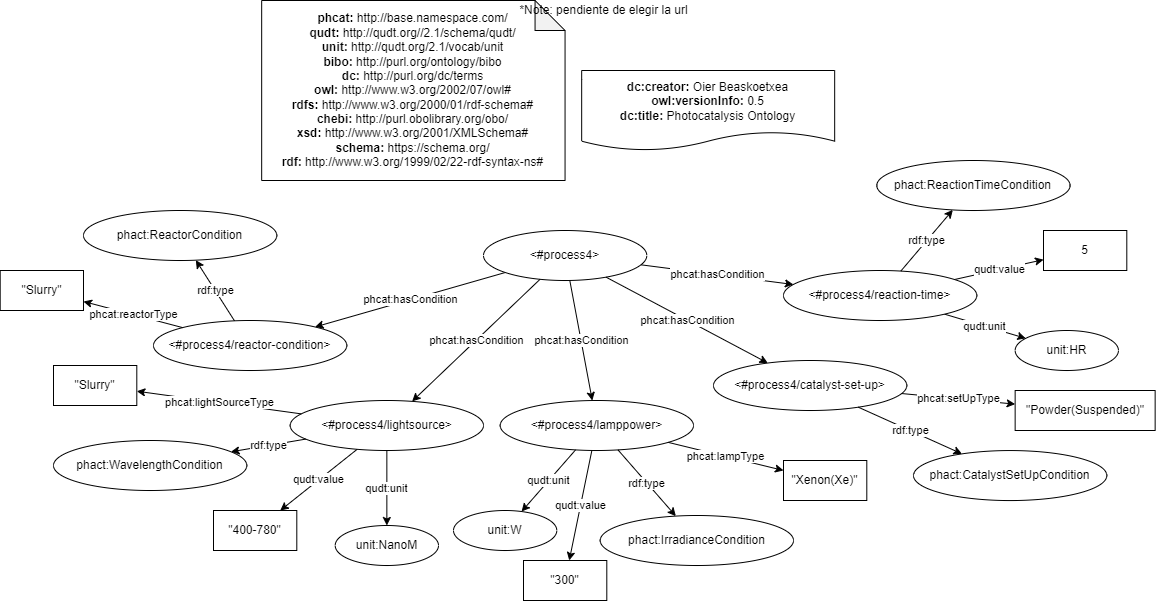
Before: diagrams/examples/diagram-ejemplo-conditions.png, a diagram exported from draw.io (SolarChem/solarchem-ontology). Source tidied: cells renumbered, new cells last; positions are measured from the earlier drawing's top-left corner, leaving out a move shared by most shapes.
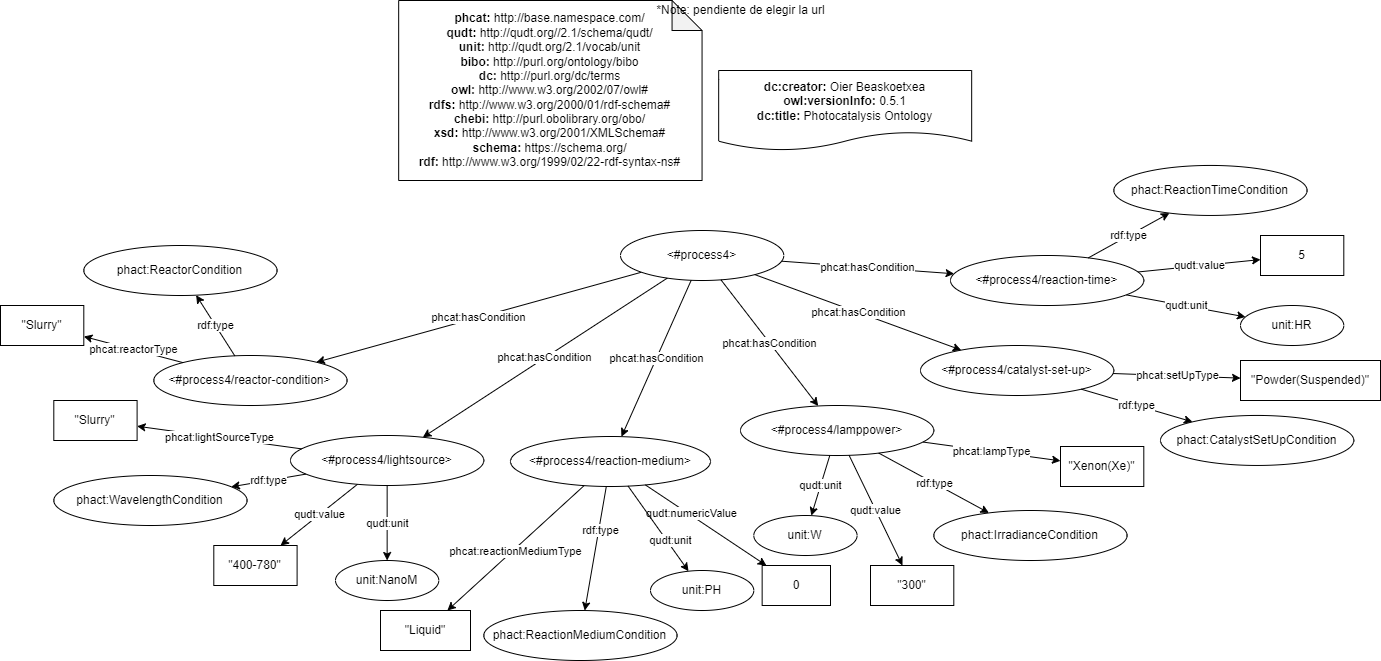
Later version of the same file.

Change to the diagram source:
```diff
@@ -2,7 +2,7 @@
   <root>
     <mxCell id="0" />
     <mxCell id="1" parent="0" />
-    <mxCell id="2" value="&lt;div&gt;&lt;b&gt;dc:creator:&lt;/b&gt;&amp;nbsp;Oier Beaskoetxea&lt;/div&gt;&lt;div&gt;&lt;b&gt;owl:versionInfo:&lt;/b&gt; 0.5&lt;/div&gt;&lt;div&gt;&lt;b&gt;dc:title:&lt;/b&gt;&amp;nbsp;Photocatalysis Ontology&lt;/div&gt;" style="shape=document;whiteSpace=wrap;html=1;boundedLbl=1;labelBackgroundColor=#ffffff;strokeColor=#000000;fontSize=12;fontColor=#000000;size=0.23333333333333334;" parent="1" vertex="1">
+    <mxCell id="2" value="&lt;div&gt;&lt;b&gt;dc:creator:&lt;/b&gt;&amp;nbsp;Oier Beaskoetxea&lt;/div&gt;&lt;div&gt;&lt;b&gt;owl:versionInfo:&lt;/b&gt; 0.5.1&lt;/div&gt;&lt;div&gt;&lt;b&gt;dc:title:&lt;/b&gt;&amp;nbsp;Photocatalysis Ontology&lt;/div&gt;" style="shape=document;whiteSpace=wrap;html=1;boundedLbl=1;labelBackgroundColor=#ffffff;strokeColor=#000000;fontSize=12;fontColor=#000000;size=0.23333333333333334;" parent="1" vertex="1">
       <mxGeometry x="581.2" y="70" width="253" height="80" as="geometry" />
     </mxCell>
     <mxCell id="3" value="&lt;div&gt;&lt;b&gt;phcat:&lt;/b&gt;&amp;nbsp;http://base.namespace.com/&lt;/div&gt;&lt;b&gt;qudt:&lt;/b&gt;&amp;nbsp;http://qudt.org//2.1/schema/qudt/&lt;div&gt;&lt;b&gt;unit:&amp;nbsp;&lt;/b&gt;http://qudt.org/2.1/vocab/unit&lt;br&gt;&lt;/div&gt;&lt;div&gt;&lt;b&gt;bibo:&amp;nbsp;&lt;/b&gt;http://purl.org/ontology/bibo&lt;/div&gt;&lt;b&gt;dc:&amp;nbsp;&lt;/b&gt;http://purl.org/dc/terms&lt;br&gt;&lt;b&gt;owl:&amp;nbsp;&lt;/b&gt;http://www.w3.org/2002/07/owl#&lt;br&gt;&lt;b&gt;rdfs:&amp;nbsp;&lt;/b&gt;http://www.w3.org/2000/01/rdf-schema#&lt;br&gt;&lt;div&gt;&lt;b&gt;chebi:&amp;nbsp;&lt;/b&gt;http://purl.obolibrary.org/obo/&lt;/div&gt;&lt;div&gt;&lt;b&gt;xsd:&amp;nbsp;&lt;/b&gt;http://www.w3.org/2001/XMLSchema#&lt;br&gt;&lt;/div&gt;&lt;div&gt;&lt;b&gt;schema:&lt;/b&gt;&amp;nbsp;https://schema.org/&lt;br&gt;&lt;/div&gt;&lt;div&gt;&lt;b&gt;rdf:&amp;nbsp;&lt;/b&gt;http://www.w3.org/1999/02/22-rdf-syntax-ns#&lt;/div&gt;" style="shape=note;whiteSpace=wrap;html=1;backgroundOutline=1;darkOpacity=0.05;align=center;" parent="1" vertex="1">
@@ -18,16 +18,16 @@
       <mxGeometry x="483" y="230" width="163.3" height="50" as="geometry" />
     </mxCell>
     <mxCell id="7" value="&amp;lt;#process4/reactor-condition&amp;gt;" style="ellipse;whiteSpace=wrap;html=1;fillColor=default;" parent="1" vertex="1">
-      <mxGeometry x="153" y="320" width="193.3" height="50" as="geometry" />
+      <mxGeometry x="16.3" y="355" width="193.3" height="50" as="geometry" />
     </mxCell>
     <mxCell id="8" value="phact:ReactorCondition" style="ellipse;whiteSpace=wrap;html=1;fillColor=default;" parent="1" vertex="1">
-      <mxGeometry x="83" y="210" width="193.3" height="50" as="geometry" />
+      <mxGeometry x="-53.7" y="245" width="193.3" height="50" as="geometry" />
     </mxCell>
     <mxCell id="9" value="rdf:type" style="edgeStyle=none;html=1;" parent="1" edge="1" source="7" target="8">
       <mxGeometry relative="1" as="geometry" />
     </mxCell>
     <mxCell id="10" value="&quot;Slurry&quot;" style="rounded=0;whiteSpace=wrap;html=1;fillColor=default;" parent="1" vertex="1">
-      <mxGeometry x="-0.3" y="270" width="83.3" height="40" as="geometry" />
+      <mxGeometry x="-137" y="305" width="83.3" height="40" as="geometry" />
     </mxCell>
     <mxCell id="11" value="phcat:reactorType" style="edgeStyle=none;html=1;" parent="1" edge="1" source="7" target="10">
       <mxGeometry relative="1" as="geometry" />
@@ -36,25 +36,25 @@
       <mxGeometry relative="1" as="geometry" />
     </mxCell>
     <mxCell id="13" value="&amp;lt;#process4/lightsource&amp;gt;" style="ellipse;whiteSpace=wrap;html=1;fillColor=default;" parent="1" vertex="1">
-      <mxGeometry x="289.7" y="400" width="193.3" height="50" as="geometry" />
+      <mxGeometry x="153" y="435" width="193.3" height="50" as="geometry" />
     </mxCell>
     <mxCell id="14" value="phact:WavelengthCondition" style="ellipse;whiteSpace=wrap;html=1;fillColor=default;" parent="1" vertex="1">
-      <mxGeometry x="53" y="440" width="193.3" height="50" as="geometry" />
+      <mxGeometry x="-83.7" y="475" width="193.3" height="50" as="geometry" />
     </mxCell>
     <mxCell id="15" value="rdf:type" style="edgeStyle=none;html=1;" parent="1" edge="1" source="13" target="14">
       <mxGeometry relative="1" as="geometry" />
     </mxCell>
     <mxCell id="16" value="&quot;Slurry&quot;" style="rounded=0;whiteSpace=wrap;html=1;fillColor=default;" parent="1" vertex="1">
-      <mxGeometry x="53" y="365" width="83.3" height="40" as="geometry" />
+      <mxGeometry x="-83.7" y="400" width="83.3" height="40" as="geometry" />
     </mxCell>
     <mxCell id="17" value="phcat:lightSourceType" style="edgeStyle=none;html=1;" parent="1" edge="1" source="13" target="16">
       <mxGeometry relative="1" as="geometry" />
     </mxCell>
     <mxCell id="18" value="unit:NanoM" style="ellipse;whiteSpace=wrap;html=1;fillColor=default;" parent="1" vertex="1">
-      <mxGeometry x="334.7" y="525" width="103.3" height="40" as="geometry" />
+      <mxGeometry x="198" y="560" width="103.3" height="40" as="geometry" />
     </mxCell>
     <mxCell id="19" value="&quot;400-780&quot;" style="rounded=0;whiteSpace=wrap;html=1;fillColor=default;" parent="1" vertex="1">
-      <mxGeometry x="213" y="510" width="83.3" height="40" as="geometry" />
+      <mxGeometry x="76.3" y="545" width="83.3" height="40" as="geometry" />
     </mxCell>
     <mxCell id="20" value="qudt:value" style="edgeStyle=none;html=1;" parent="1" edge="1" source="13" target="19">
       <mxGeometry relative="1" as="geometry" />
@@ -63,25 +63,25 @@
       <mxGeometry relative="1" as="geometry" />
     </mxCell>
     <mxCell id="22" value="&amp;lt;#process4/lamppower&amp;gt;" style="ellipse;whiteSpace=wrap;html=1;fillColor=default;" parent="1" vertex="1">
-      <mxGeometry x="499.7" y="400" width="193.3" height="50" as="geometry" />
+      <mxGeometry x="603" y="405" width="193.3" height="50" as="geometry" />
     </mxCell>
     <mxCell id="23" value="phact:IrradianceCondition" style="ellipse;whiteSpace=wrap;html=1;fillColor=default;" parent="1" vertex="1">
-      <mxGeometry x="599.7" y="515" width="193.3" height="50" as="geometry" />
+      <mxGeometry x="796.3" y="510" width="193.3" height="50" as="geometry" />
     </mxCell>
     <mxCell id="24" value="rdf:type" style="edgeStyle=none;html=1;" parent="1" edge="1" source="22" target="23">
       <mxGeometry relative="1" as="geometry" />
     </mxCell>
     <mxCell id="25" value="&quot;Xenon(Xe)&quot;" style="rounded=0;whiteSpace=wrap;html=1;fillColor=default;" parent="1" vertex="1">
-      <mxGeometry x="783" y="460" width="83.3" height="40" as="geometry" />
+      <mxGeometry x="923" y="446" width="83.3" height="40" as="geometry" />
     </mxCell>
     <mxCell id="26" value="phcat:lampType" style="edgeStyle=none;html=1;" parent="1" edge="1" source="22" target="25">
       <mxGeometry relative="1" as="geometry" />
     </mxCell>
     <mxCell id="27" value="unit:W" style="ellipse;whiteSpace=wrap;html=1;fillColor=default;" parent="1" vertex="1">
-      <mxGeometry x="453" y="510" width="103.3" height="40" as="geometry" />
+      <mxGeometry x="616.3" y="515" width="103.3" height="40" as="geometry" />
     </mxCell>
     <mxCell id="28" value="&quot;300&quot;" style="rounded=0;whiteSpace=wrap;html=1;fillColor=default;" parent="1" vertex="1">
-      <mxGeometry x="523" y="560" width="83.3" height="40" as="geometry" />
+      <mxGeometry x="733" y="565" width="83.3" height="40" as="geometry" />
     </mxCell>
     <mxCell id="29" value="qudt:value" style="edgeStyle=none;html=1;" parent="1" edge="1" source="22" target="28">
       <mxGeometry relative="1" as="geometry" />
@@ -93,22 +93,22 @@
       <mxGeometry relative="1" as="geometry" />
     </mxCell>
     <mxCell id="32" value="&amp;lt;#process4/catalyst-set-up&amp;gt;" style="ellipse;whiteSpace=wrap;html=1;fillColor=default;" parent="1" vertex="1">
-      <mxGeometry x="713" y="360" width="193.3" height="50" as="geometry" />
+      <mxGeometry x="783" y="345" width="193.3" height="50" as="geometry" />
     </mxCell>
     <mxCell id="33" value="phact:CatalystSetUpCondition" style="ellipse;whiteSpace=wrap;html=1;fillColor=default;" parent="1" vertex="1">
-      <mxGeometry x="913" y="450" width="193.3" height="50" as="geometry" />
+      <mxGeometry x="1023" y="415" width="193.3" height="50" as="geometry" />
     </mxCell>
     <mxCell id="34" value="rdf:type" style="edgeStyle=none;html=1;" parent="1" edge="1" source="32" target="33">
       <mxGeometry relative="1" as="geometry" />
     </mxCell>
     <mxCell id="35" value="&quot;Powder(Suspended)&quot;" style="rounded=0;whiteSpace=wrap;html=1;fillColor=default;" parent="1" vertex="1">
-      <mxGeometry x="1014.6" y="390" width="140" height="40" as="geometry" />
+      <mxGeometry x="1103" y="360" width="140" height="40" as="geometry" />
     </mxCell>
     <mxCell id="36" value="phcat:setUpType" style="edgeStyle=none;html=1;" parent="1" edge="1" source="32" target="35">
       <mxGeometry relative="1" as="geometry" />
     </mxCell>
     <mxCell id="37" value="5" style="rounded=0;whiteSpace=wrap;html=1;fillColor=default;" parent="1" vertex="1">
-      <mxGeometry x="1043" y="230" width="83.3" height="40" as="geometry" />
+      <mxGeometry x="1123" y="235" width="83.3" height="40" as="geometry" />
     </mxCell>
     <mxCell id="38" value="qudt:value" style="edgeStyle=none;html=1;" parent="1" edge="1" source="42" target="37">
       <mxGeometry relative="1" as="geometry" />
@@ -120,19 +120,59 @@
       <mxGeometry relative="1" as="geometry" />
     </mxCell>
     <mxCell id="41" value="unit:HR" style="ellipse;whiteSpace=wrap;html=1;fillColor=default;" parent="1" vertex="1">
-      <mxGeometry x="1014.6" y="330" width="103.3" height="40" as="geometry" />
+      <mxGeometry x="1103" y="305" width="103.3" height="40" as="geometry" />
     </mxCell>
     <mxCell id="42" value="&amp;lt;#process4/reaction-time&amp;gt;" style="ellipse;whiteSpace=wrap;html=1;fillColor=default;" parent="1" vertex="1">
-      <mxGeometry x="783" y="270" width="193.3" height="50" as="geometry" />
+      <mxGeometry x="813" y="255" width="193.3" height="50" as="geometry" />
     </mxCell>
     <mxCell id="43" value="phcat:hasCondition" style="edgeStyle=none;html=1;" parent="1" edge="1" source="6" target="42">
       <mxGeometry relative="1" as="geometry" />
     </mxCell>
     <mxCell id="44" value="phact:ReactionTimeCondition" style="ellipse;whiteSpace=wrap;html=1;fillColor=default;" parent="1" vertex="1">
-      <mxGeometry x="876.3" y="160" width="193.3" height="50" as="geometry" />
+      <mxGeometry x="976.3" y="165" width="193.3" height="50" as="geometry" />
     </mxCell>
     <mxCell id="45" value="rdf:type" style="edgeStyle=none;html=1;" parent="1" edge="1" source="42" target="44">
       <mxGeometry relative="1" as="geometry" />
     </mxCell>
+    <mxCell id="46" value="&amp;lt;#process4/reaction-medium&amp;gt;" style="ellipse;whiteSpace=wrap;html=1;fillColor=default;" parent="1" vertex="1">
+      <mxGeometry x="373" y="436" width="200" height="50" as="geometry" />
+    </mxCell>
+    <mxCell id="47" value="&quot;Liquid&quot;" style="rounded=0;whiteSpace=wrap;html=1;fillColor=default;" parent="1" vertex="1">
+      <mxGeometry x="243" y="610" width="90" height="40" as="geometry" />
+    </mxCell>
+    <mxCell id="48" style="edgeStyle=none;html=1;" parent="1" edge="1" source="46" target="47">
+      <mxGeometry relative="1" as="geometry" />
+    </mxCell>
+    <mxCell id="49" value="phcat:reactionMediumType" style="edgeLabel;html=1;align=center;verticalAlign=middle;" parent="48" vertex="1">
+      <mxGeometry x="-0.25" y="1" relative="1" as="geometry">
+        <mxPoint x="-18" y="17" as="offset" />
+      </mxGeometry>
+    </mxCell>
+    <mxCell id="50" value="0" style="rounded=0;whiteSpace=wrap;html=1;fillColor=default;" parent="1" vertex="1">
+      <mxGeometry x="624.6" y="565" width="68.3" height="40" as="geometry" />
+    </mxCell>
+    <mxCell id="51" style="edgeStyle=none;html=1;" parent="1" edge="1" source="46" target="50">
+      <mxGeometry relative="1" as="geometry" />
+    </mxCell>
+    <mxCell id="52" value="qudt:numericValue" style="edgeLabel;html=1;align=center;verticalAlign=middle;" parent="51" vertex="1">
+      <mxGeometry x="-0.25" y="1" relative="1" as="geometry">
+        <mxPoint x="-1" y="-2" as="offset" />
+      </mxGeometry>
+    </mxCell>
+    <mxCell id="53" value="phcat:hasCondition" style="edgeStyle=none;html=1;" parent="1" edge="1" source="6" target="46">
+      <mxGeometry relative="1" as="geometry" />
+    </mxCell>
+    <mxCell id="54" value="phact:ReactionMediumCondition" style="ellipse;whiteSpace=wrap;html=1;fillColor=default;" parent="1" vertex="1">
+      <mxGeometry x="346.3" y="610" width="193.3" height="50" as="geometry" />
+    </mxCell>
+    <mxCell id="55" value="rdf:type" style="edgeStyle=none;html=1;" parent="1" edge="1" source="46" target="54">
+      <mxGeometry x="-0.3" y="2" relative="1" as="geometry" />
+    </mxCell>
+    <mxCell id="56" value="unit:PH" style="ellipse;whiteSpace=wrap;html=1;fillColor=default;" parent="1" vertex="1">
+      <mxGeometry x="513" y="570" width="103.3" height="40" as="geometry" />
+    </mxCell>
+    <mxCell id="57" value="qudt:unit" style="edgeStyle=none;html=1;" parent="1" edge="1" source="46" target="56">
+      <mxGeometry x="0.32" y="3" relative="1" as="geometry" />
+    </mxCell>
   </root>
 </mxGraphModel>
```
